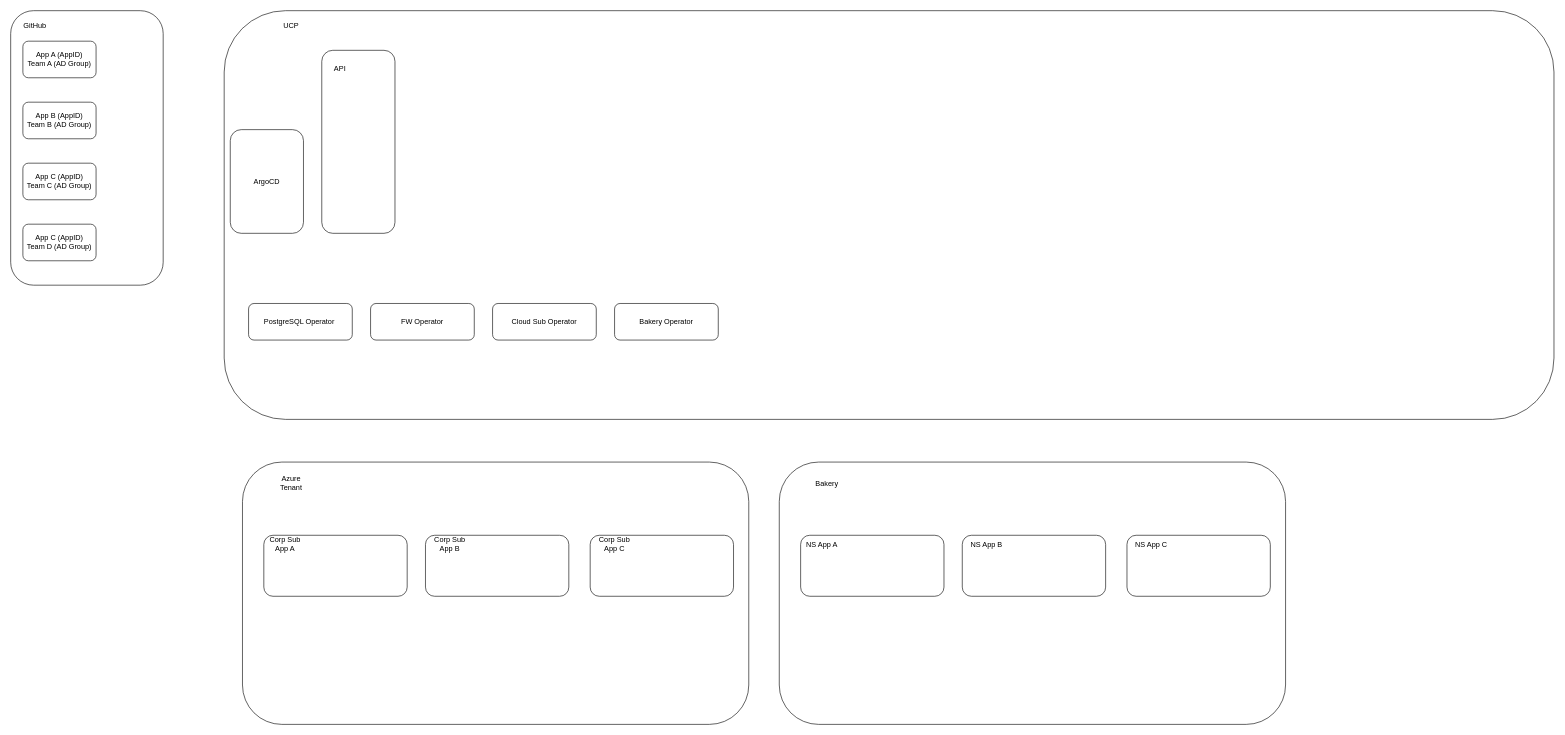
This is Untitled Diagram.drawio from vcchstrandberg/vcchstrandberg, a draw.io file, before an edit. Source tidied: cells renumbered, new cells numbered last; positions are measured from the earlier drawing's top-left corner, leaving out a move shared by most shapes. Both pictures are drawn from the tidied source at 61%, with x=0, y=0 at pixel (10, 10).
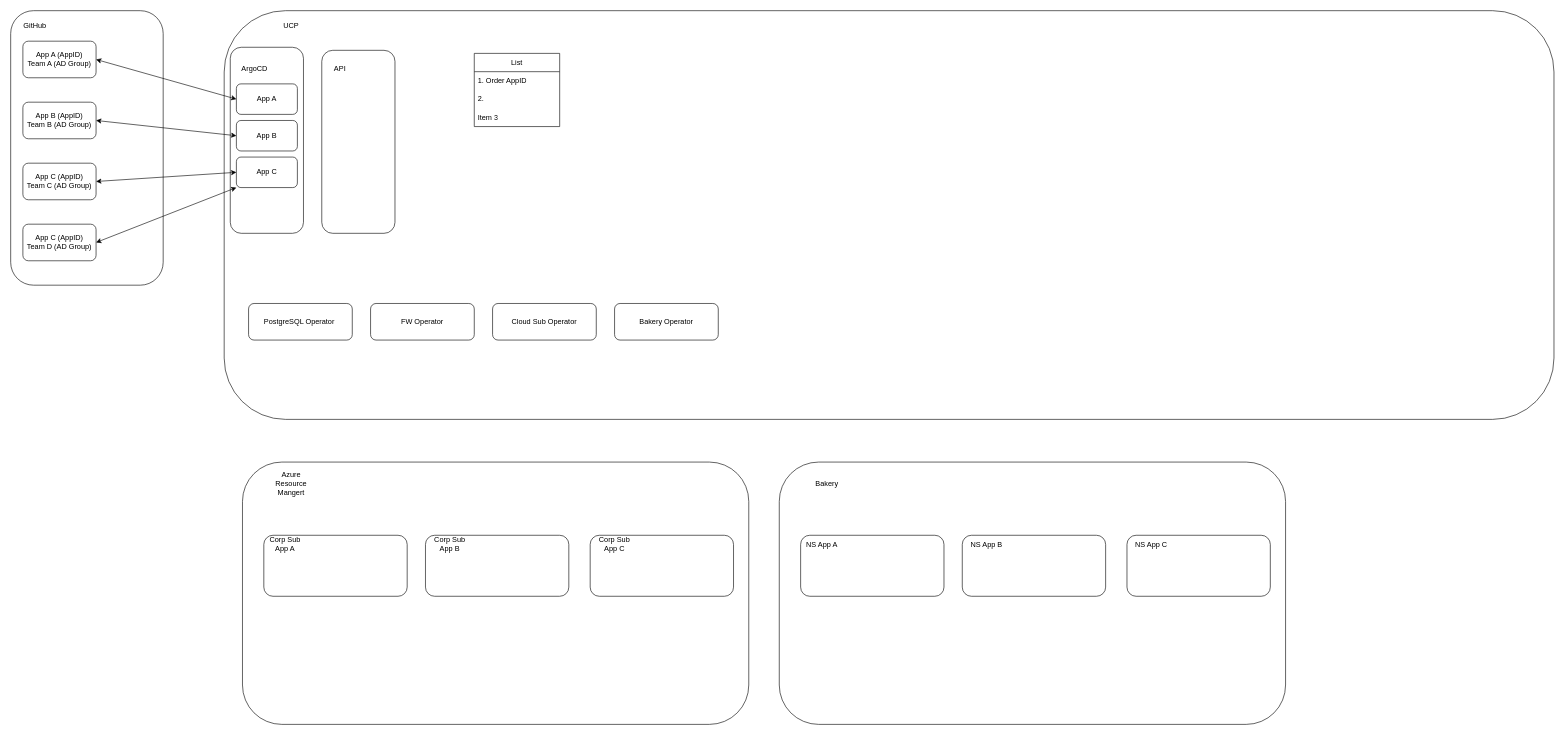
After the change.

Unchanged cells that the change refers to:
```xml
<mxCell id="4" value="App A (AppID)&lt;br&gt;Team A (AD Group)" style="rounded=1;whiteSpace=wrap;html=1;" parent="1" vertex="1">
  <mxGeometry x="20" y="50" width="120" height="60" as="geometry" />
</mxCell>
<mxCell id="5" value="App B (AppID)&lt;br&gt;Team B (AD Group)" style="rounded=1;whiteSpace=wrap;html=1;" parent="1" vertex="1">
  <mxGeometry x="20" y="150" width="120" height="60" as="geometry" />
</mxCell>
<mxCell id="7" value="App C (AppID)&lt;br&gt;Team D (AD Group)" style="rounded=1;whiteSpace=wrap;html=1;" parent="1" vertex="1">
  <mxGeometry x="20" y="350" width="120" height="60" as="geometry" />
</mxCell>
```

Change to the diagram source:
```diff
@@
-    <mxCell id="12" value="ArgoCD" style="rounded=1;whiteSpace=wrap;html=1;" parent="1" vertex="1">
-      <mxGeometry x="360" y="195" width="120" height="170" as="geometry" />
+    <mxCell id="12" style="rounded=1;whiteSpace=wrap;html=1;" parent="1" vertex="1">
+      <mxGeometry x="360" y="60" width="120" height="305" as="geometry" />
     </mxCell>
@@
-    <mxCell id="18" value="Azure Tenant" style="text;html=1;strokeColor=none;fillColor=none;align=center;verticalAlign=middle;whiteSpace=wrap;rounded=0;" parent="1" vertex="1">
+    <mxCell id="18" value="Azure Resource Mangert" style="text;html=1;strokeColor=none;fillColor=none;align=center;verticalAlign=middle;whiteSpace=wrap;rounded=0;" parent="1" vertex="1">
       <mxGeometry x="430" y="760" width="60" height="30" as="geometry" />
     </mxCell>
@@
+    <mxCell id="33" value="ArgoCD" style="text;html=1;strokeColor=none;fillColor=none;align=center;verticalAlign=middle;whiteSpace=wrap;rounded=0;" parent="1" vertex="1">
+      <mxGeometry x="370" y="80" width="60" height="30" as="geometry" />
+    </mxCell>
+    <mxCell id="34" value="App A" style="rounded=1;whiteSpace=wrap;html=1;" parent="1" vertex="1">
+      <mxGeometry x="370" y="120" width="100" height="50" as="geometry" />
+    </mxCell>
+    <mxCell id="35" value="App B" style="rounded=1;whiteSpace=wrap;html=1;" parent="1" vertex="1">
+      <mxGeometry x="370" y="180" width="100" height="50" as="geometry" />
+    </mxCell>
+    <mxCell id="36" value="App C" style="rounded=1;whiteSpace=wrap;html=1;" parent="1" vertex="1">
+      <mxGeometry x="370" y="240" width="100" height="50" as="geometry" />
+    </mxCell>
+    <mxCell id="37" style="endArrow=classic;startArrow=classic;html=1;rounded=0;exitX=1;exitY=0.5;exitDx=0;exitDy=0;entryX=0;entryY=0.5;entryDx=0;entryDy=0;" parent="1" edge="1" source="4" target="34">
+      <mxGeometry relative="1" as="geometry" />
+    </mxCell>
+    <mxCell id="38" style="endArrow=classic;startArrow=classic;html=1;rounded=0;entryX=0;entryY=0.5;entryDx=0;entryDy=0;" parent="1" edge="1" target="36">
+      <mxGeometry relative="1" as="geometry">
+        <mxPoint x="140" y="280" as="sourcePoint" />
+      </mxGeometry>
+    </mxCell>
+    <mxCell id="39" style="endArrow=classic;startArrow=classic;html=1;rounded=0;exitX=1;exitY=0.5;exitDx=0;exitDy=0;entryX=0;entryY=0.5;entryDx=0;entryDy=0;" parent="1" edge="1" source="5" target="35">
+      <mxGeometry relative="1" as="geometry" />
+    </mxCell>
+    <mxCell id="40" style="endArrow=classic;startArrow=classic;html=1;rounded=0;exitX=1;exitY=0.5;exitDx=0;exitDy=0;entryX=0;entryY=1;entryDx=0;entryDy=0;" parent="1" edge="1" source="7" target="36">
+      <mxGeometry relative="1" as="geometry" />
+    </mxCell>
+    <mxCell id="41" value="List" style="swimlane;fontStyle=0;horizontal=1;startSize=30;whiteSpace=wrap;html=1;" parent="1" vertex="1">
+      <mxGeometry x="760" y="70" width="140" height="120" as="geometry" />
+    </mxCell>
+    <mxCell id="42" value="1. Order AppID" style="text;strokeColor=none;fillColor=none;align=left;verticalAlign=middle;spacingLeft=4;spacingRight=4;overflow=hidden;whiteSpace=wrap;html=1;" parent="41" vertex="1">
+      <mxGeometry y="30" width="140" height="30" as="geometry" />
+    </mxCell>
+    <mxCell id="43" value="2.&amp;nbsp;" style="text;strokeColor=none;fillColor=none;align=left;verticalAlign=middle;spacingLeft=4;spacingRight=4;overflow=hidden;whiteSpace=wrap;html=1;" parent="41" vertex="1">
+      <mxGeometry y="60" width="140" height="30" as="geometry" />
+    </mxCell>
+    <mxCell id="44" value="Item 3" style="text;strokeColor=none;fillColor=none;align=left;verticalAlign=middle;spacingLeft=4;spacingRight=4;overflow=hidden;whiteSpace=wrap;html=1;" parent="41" vertex="1">
+      <mxGeometry y="90" width="140" height="30" as="geometry" />
+    </mxCell>
```
